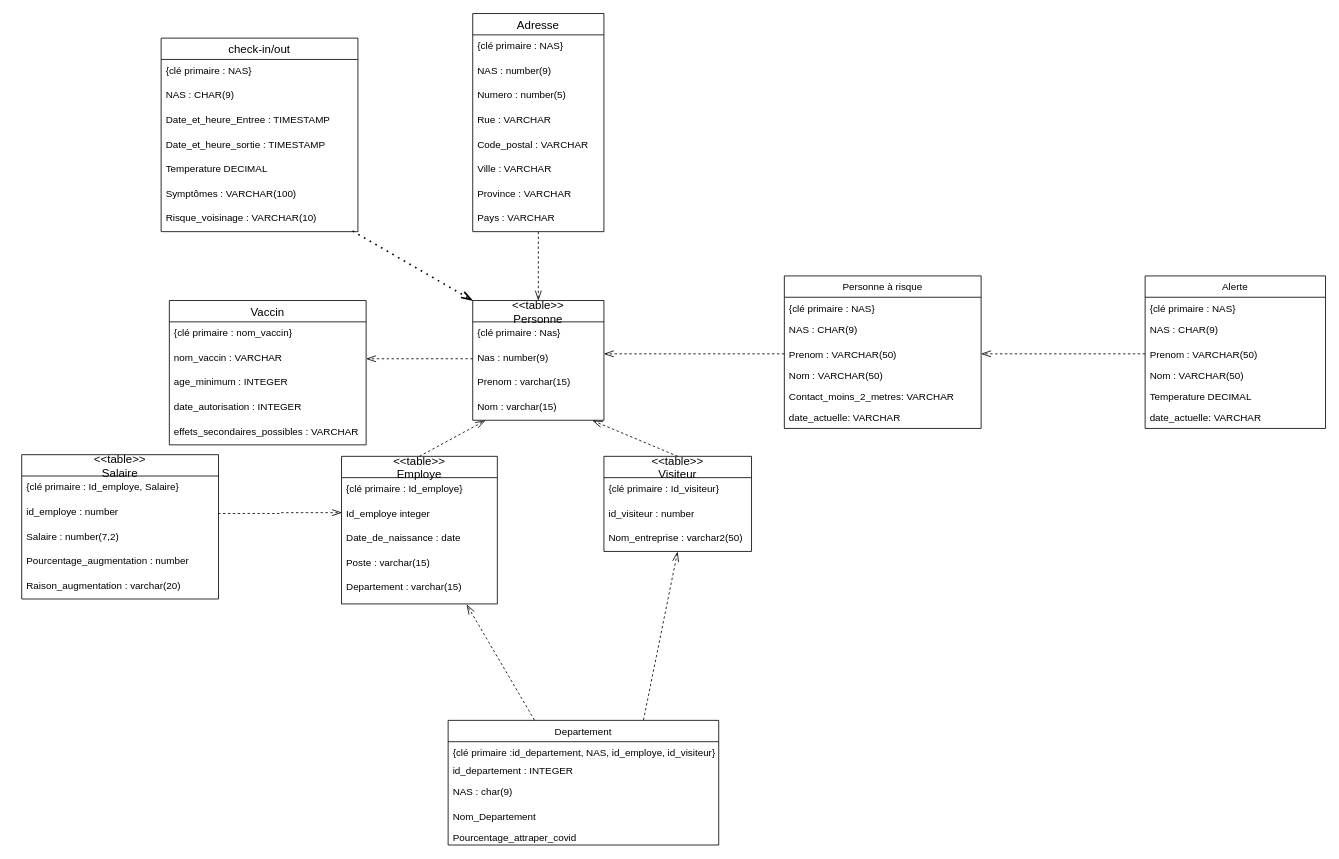
Before: DRAWIO/schema relationnel.drawio in Carl-Montpetit/database-sql, a draw.io diagram. Source tidied: cells renumbered, new cells numbered last; positions are measured from the earlier drawing's top-left corner, leaving out a move shared by most shapes. Both pictures are drawn from the tidied source at 82%, with x=0, y=0 at pixel (21, 13).
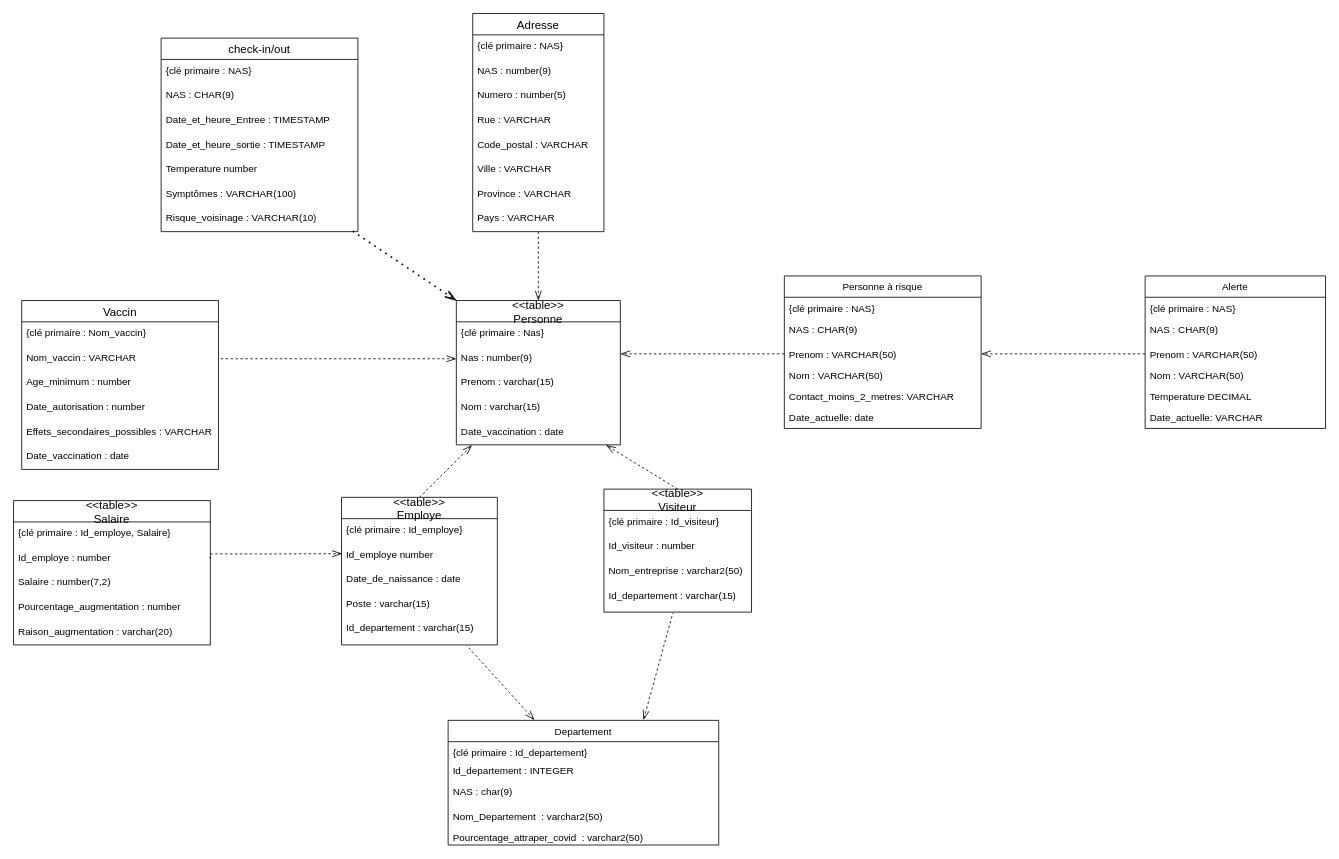
After the change.

Unchanged cells that the change refers to:
```xml
<mxCell id="2" value="Personne à risque" style="swimlane;fontStyle=0;horizontal=1;startSize=26;" parent="1" vertex="1">
  <mxGeometry x="930" y="320" width="240" height="186" as="geometry" />
</mxCell>
<mxCell id="23" value="Nom_entreprise : varchar2(50)" style="text;strokeColor=none;fillColor=none;spacingLeft=4;spacingRight=4;overflow=hidden;points=[[0,0.5],[1,0.5]];portConstraint=eastwest;fontSize=12;" parent="20" vertex="1">
  <mxGeometry y="86" width="180" height="30" as="geometry" />
</mxCell>
<mxCell id="24" value="Departement" style="swimlane;fontStyle=0;horizontal=1;startSize=26;" parent="1" vertex="1">
  <mxGeometry x="520" y="862" width="330" height="152" as="geometry" />
</mxCell>
<mxCell id="30" value="Alerte" style="swimlane;fontStyle=0;horizontal=1;startSize=26;strokeWidth=1;" parent="1" vertex="1">
  <mxGeometry x="1370" y="320" width="220" height="186" as="geometry" />
</mxCell>
<mxCell id="68" value="check-in/out" style="swimlane;fontStyle=0;horizontal=1;startSize=26;align=center;fontSize=14;labelBackgroundColor=#FFFFFF;" parent="1" vertex="1">
  <mxGeometry x="170" y="30" width="240" height="236" as="geometry" />
</mxCell>
```

What changed in the source:
```diff
@@
-    <mxCell id="8" value="date_actuelle: VARCHAR " style="text;strokeColor=none;fillColor=none;align=left;verticalAlign=top;spacingLeft=4;spacingRight=4;overflow=hidden;" parent="2" vertex="1">
+    <mxCell id="8" value="Date_actuelle: date" style="text;strokeColor=none;fillColor=none;align=left;verticalAlign=top;spacingLeft=4;spacingRight=4;overflow=hidden;" parent="2" vertex="1">
       <mxGeometry y="160" width="240" height="26" as="geometry" />
     </mxCell>
     <mxCell id="9" value="&lt;&lt;table&gt;&gt;&#10;Personne" style="swimlane;fontStyle=0;horizontal=1;startSize=26;align=center;fontSize=14;labelBackgroundColor=none;swimlaneLine=1;glass=0;shadow=0;" parent="1" vertex="1">
-      <mxGeometry x="550" y="350" width="160" height="146" as="geometry" />
+      <mxGeometry x="530" y="350" width="200" height="176" as="geometry" />
     </mxCell>
     <mxCell id="10" value="{clé primaire : Nas}" style="text;strokeColor=none;fillColor=none;spacingLeft=4;spacingRight=4;overflow=hidden;fontSize=12;fontStyle=0;" parent="9" vertex="1">
-      <mxGeometry y="26" width="160" height="30" as="geometry" />
+      <mxGeometry y="26" width="200" height="30" as="geometry" />
     </mxCell>
     <mxCell id="11" value="Nas : number(9)" style="text;strokeColor=none;fillColor=none;spacingLeft=4;spacingRight=4;overflow=hidden;points=[[0,0.5],[1,0.5]];portConstraint=eastwest;fontSize=12;fontStyle=0;" parent="9" vertex="1">
-      <mxGeometry y="56" width="160" height="30" as="geometry" />
+      <mxGeometry y="56" width="200" height="30" as="geometry" />
     </mxCell>
     <mxCell id="12" value="Prenom : varchar(15)" style="text;strokeColor=none;fillColor=none;spacingLeft=4;spacingRight=4;overflow=hidden;fontSize=12;" parent="9" vertex="1">
-      <mxGeometry y="86" width="160" height="30" as="geometry" />
+      <mxGeometry y="86" width="200" height="30" as="geometry" />
     </mxCell>
+    <mxCell id="77" value="Nom : varchar(15)" style="text;strokeColor=none;fillColor=none;spacingLeft=4;spacingRight=4;overflow=hidden;fontSize=12;" parent="9" vertex="1">
+      <mxGeometry y="116" width="200" height="30" as="geometry" />
+    </mxCell>
-    <mxCell id="13" value="Nom : varchar(15)" style="text;strokeColor=none;fillColor=none;spacingLeft=4;spacingRight=4;overflow=hidden;points=[[0,0.5],[1,0.5]];portConstraint=eastwest;fontSize=12;" parent="9" vertex="1">
-      <mxGeometry y="116" width="160" height="30" as="geometry" />
+    <mxCell id="13" value="Date_vaccination : date" style="text;strokeColor=none;fillColor=none;spacingLeft=4;spacingRight=4;overflow=hidden;points=[[0,0.5],[1,0.5]];portConstraint=eastwest;fontSize=12;" parent="9" vertex="1">
+      <mxGeometry y="146" width="200" height="30" as="geometry" />
     </mxCell>
     <mxCell id="14" value="&lt;&lt;table&gt;&gt;&#10;Employe" style="swimlane;fontStyle=0;horizontal=1;startSize=26;align=center;fontSize=14;labelBackgroundColor=none;" parent="1" vertex="1">
-      <mxGeometry x="390" y="540" width="190" height="180" as="geometry" />
+      <mxGeometry x="390" y="590" width="190" height="180" as="geometry" />
     </mxCell>
@@
-    <mxCell id="16" value="Id_employe integer" style="text;strokeColor=none;fillColor=none;spacingLeft=4;spacingRight=4;overflow=hidden;points=[[0,0.5],[1,0.5]];portConstraint=eastwest;fontSize=12;" parent="14" vertex="1">
+    <mxCell id="16" value="Id_employe number" style="text;strokeColor=none;fillColor=none;spacingLeft=4;spacingRight=4;overflow=hidden;points=[[0,0.5],[1,0.5]];portConstraint=eastwest;fontSize=12;" parent="14" vertex="1">
       <mxGeometry y="56" width="190" height="30" as="geometry" />
     </mxCell>
@@
-    <mxCell id="19" value="Departement : varchar(15)" style="text;strokeColor=none;fillColor=none;spacingLeft=4;spacingRight=4;overflow=hidden;points=[[0,0.5],[1,0.5]];portConstraint=eastwest;fontSize=12;" parent="14" vertex="1">
+    <mxCell id="19" value="Id_departement : varchar(15)" style="text;strokeColor=none;fillColor=none;spacingLeft=4;spacingRight=4;overflow=hidden;points=[[0,0.5],[1,0.5]];portConstraint=eastwest;fontSize=12;" parent="14" vertex="1">
       <mxGeometry y="146" width="190" height="34" as="geometry" />
     </mxCell>
     <mxCell id="20" value="&lt;&lt;table&gt;&gt;&#10;Visiteur" style="swimlane;fontStyle=0;horizontal=1;startSize=26;align=center;fontSize=14;labelBackgroundColor=none;" parent="1" vertex="1">
-      <mxGeometry x="710" y="540" width="180" height="116" as="geometry" />
+      <mxGeometry x="710" y="580" width="180" height="150" as="geometry" />
     </mxCell>
@@
-    <mxCell id="22" value="id_visiteur : number" style="text;strokeColor=none;fillColor=none;spacingLeft=4;spacingRight=4;overflow=hidden;fontSize=12;" parent="20" vertex="1">
+    <mxCell id="22" value="Id_visiteur : number" style="text;strokeColor=none;fillColor=none;spacingLeft=4;spacingRight=4;overflow=hidden;fontSize=12;" parent="20" vertex="1">
       <mxGeometry y="56" width="180" height="30" as="geometry" />
     </mxCell>
@@
+    <mxCell id="78" value="Id_departement : varchar(15)" style="text;strokeColor=none;fillColor=none;spacingLeft=4;spacingRight=4;overflow=hidden;points=[[0,0.5],[1,0.5]];portConstraint=eastwest;fontSize=12;" parent="20" vertex="1">
+      <mxGeometry y="116" width="180" height="34" as="geometry" />
+    </mxCell>
@@
-    <mxCell id="25" value="{clé primaire :id_departement, NAS, id_employe, id_visiteur}" style="text;strokeColor=none;fillColor=none;align=left;verticalAlign=top;spacingLeft=4;spacingRight=4;overflow=hidden;" parent="24" vertex="1">
+    <mxCell id="25" value="{clé primaire : Id_departement}" style="text;strokeColor=none;fillColor=none;align=left;verticalAlign=top;spacingLeft=4;spacingRight=4;overflow=hidden;" parent="24" vertex="1">
       <mxGeometry y="26" width="330" height="22" as="geometry" />
     </mxCell>
-    <mxCell id="26" value="id_departement : INTEGER" style="text;strokeColor=none;fillColor=none;align=left;verticalAlign=top;spacingLeft=4;spacingRight=4;overflow=hidden;fontStyle=0;" parent="24" vertex="1">
+    <mxCell id="26" value="Id_departement : INTEGER" style="text;strokeColor=none;fillColor=none;align=left;verticalAlign=top;spacingLeft=4;spacingRight=4;overflow=hidden;fontStyle=0;" parent="24" vertex="1">
       <mxGeometry y="48" width="330" height="26" as="geometry" />
     </mxCell>
@@
-    <mxCell id="28" value="Nom_Departement" style="text;strokeColor=none;fillColor=none;align=left;verticalAlign=top;spacingLeft=4;spacingRight=4;overflow=hidden;" parent="24" vertex="1">
+    <mxCell id="28" value="Nom_Departement  : varchar2(50)" style="text;strokeColor=none;fillColor=none;align=left;verticalAlign=top;spacingLeft=4;spacingRight=4;overflow=hidden;" parent="24" vertex="1">
       <mxGeometry y="104" width="330" height="26" as="geometry" />
     </mxCell>
-    <mxCell id="29" value="Pourcentage_attraper_covid" style="text;strokeColor=none;fillColor=none;align=left;verticalAlign=top;spacingLeft=4;spacingRight=4;overflow=hidden;" parent="24" vertex="1">
+    <mxCell id="29" value="Pourcentage_attraper_covid  : varchar2(50)" style="text;strokeColor=none;fillColor=none;align=left;verticalAlign=top;spacingLeft=4;spacingRight=4;overflow=hidden;" parent="24" vertex="1">
       <mxGeometry y="130" width="330" height="22" as="geometry" />
     </mxCell>
@@
-    <mxCell id="36" value="date_actuelle: VARCHAR" style="text;strokeColor=none;fillColor=none;align=left;verticalAlign=top;spacingLeft=4;spacingRight=4;overflow=hidden;" parent="30" vertex="1">
+    <mxCell id="36" value="Date_actuelle: VARCHAR" style="text;strokeColor=none;fillColor=none;align=left;verticalAlign=top;spacingLeft=4;spacingRight=4;overflow=hidden;" parent="30" vertex="1">
       <mxGeometry y="160" width="220" height="26" as="geometry" />
     </mxCell>
     <mxCell id="37" value="Vaccin" style="swimlane;fontStyle=0;horizontal=1;startSize=26;align=center;fontSize=14;labelBackgroundColor=none;" parent="1" vertex="1">
-      <mxGeometry x="180" y="350" width="240" height="176" as="geometry" />
+      <mxGeometry y="350" width="240" height="206" as="geometry" />
     </mxCell>
-    <mxCell id="38" value="{clé primaire : nom_vaccin}" style="text;strokeColor=none;fillColor=none;spacingLeft=4;spacingRight=4;overflow=hidden;fontSize=12;fontStyle=0;" parent="37" vertex="1">
+    <mxCell id="38" value="{clé primaire : Nom_vaccin}" style="text;strokeColor=none;fillColor=none;spacingLeft=4;spacingRight=4;overflow=hidden;fontSize=12;fontStyle=0;" parent="37" vertex="1">
       <mxGeometry y="26" width="240" height="30" as="geometry" />
     </mxCell>
-    <mxCell id="39" value="nom_vaccin : VARCHAR" style="text;strokeColor=none;fillColor=none;spacingLeft=4;spacingRight=4;overflow=hidden;points=[[0,0.5],[1,0.5]];portConstraint=eastwest;fontSize=12;fontStyle=0;" parent="37" vertex="1">
+    <mxCell id="39" value="Nom_vaccin : VARCHAR" style="text;strokeColor=none;fillColor=none;spacingLeft=4;spacingRight=4;overflow=hidden;points=[[0,0.5],[1,0.5]];portConstraint=eastwest;fontSize=12;fontStyle=0;" parent="37" vertex="1">
       <mxGeometry y="56" width="240" height="30" as="geometry" />
     </mxCell>
-    <mxCell id="40" value="age_minimum : INTEGER" style="text;strokeColor=none;fillColor=none;spacingLeft=4;spacingRight=4;overflow=hidden;fontSize=12;" parent="37" vertex="1">
+    <mxCell id="40" value="Age_minimum : number" style="text;strokeColor=none;fillColor=none;spacingLeft=4;spacingRight=4;overflow=hidden;fontSize=12;" parent="37" vertex="1">
       <mxGeometry y="86" width="240" height="30" as="geometry" />
     </mxCell>
-    <mxCell id="41" value="date_autorisation : INTEGER" style="text;strokeColor=none;fillColor=none;spacingLeft=4;spacingRight=4;overflow=hidden;fontSize=12;" parent="37" vertex="1">
+    <mxCell id="41" value="Date_autorisation : number" style="text;strokeColor=none;fillColor=none;spacingLeft=4;spacingRight=4;overflow=hidden;fontSize=12;" parent="37" vertex="1">
       <mxGeometry y="116" width="240" height="30" as="geometry" />
     </mxCell>
-    <mxCell id="42" value="effets_secondaires_possibles : VARCHAR" style="text;strokeColor=none;fillColor=none;spacingLeft=4;spacingRight=4;overflow=hidden;fontSize=12;" parent="37" vertex="1">
+    <mxCell id="42" value="Effets_secondaires_possibles : VARCHAR" style="text;strokeColor=none;fillColor=none;spacingLeft=4;spacingRight=4;overflow=hidden;fontSize=12;" parent="37" vertex="1">
       <mxGeometry y="146" width="240" height="30" as="geometry" />
     </mxCell>
+    <mxCell id="79" value="Date_vaccination : date" style="text;strokeColor=none;fillColor=none;spacingLeft=4;spacingRight=4;overflow=hidden;fontSize=12;" parent="37" vertex="1">
+      <mxGeometry y="176" width="240" height="30" as="geometry" />
+    </mxCell>
     <mxCell id="43" value="&lt;&lt;table&gt;&gt;&#10;Salaire" style="swimlane;fontStyle=0;horizontal=1;startSize=26;align=center;fontSize=14;strokeWidth=1;" parent="1" vertex="1">
-      <mxGeometry y="538" width="240" height="176" as="geometry" />
+      <mxGeometry x="-10" y="594" width="240" height="176" as="geometry" />
     </mxCell>
@@
-    <mxCell id="45" value="id_employe : number" style="text;strokeColor=none;fillColor=none;spacingLeft=4;spacingRight=4;overflow=hidden;points=[[0,0.5],[1,0.5]];portConstraint=eastwest;fontSize=12;fontStyle=0;" parent="43" vertex="1">
+    <mxCell id="45" value="Id_employe : number" style="text;strokeColor=none;fillColor=none;spacingLeft=4;spacingRight=4;overflow=hidden;points=[[0,0.5],[1,0.5]];portConstraint=eastwest;fontSize=12;fontStyle=0;" parent="43" vertex="1">
       <mxGeometry y="56" width="240" height="30" as="geometry" />
     </mxCell>
@@
-    <mxCell id="62" style="edgeStyle=orthogonalEdgeStyle;rounded=0;jumpSize=17;jettySize=auto;html=1;exitX=1;exitY=0.5;exitDx=0;exitDy=0;entryX=0.003;entryY=0.423;entryDx=0;entryDy=0;dashed=1;startArrow=none;startFill=0;endArrow=openThin;endFill=0;endSize=10;targetPerimeterSpacing=0;entryPerimeter=0;" parent="1" edge="1" target="16">
+    <mxCell id="62" style="edgeStyle=orthogonalEdgeStyle;rounded=0;jumpSize=17;jettySize=auto;html=1;exitX=1;exitY=0.5;exitDx=0;exitDy=0;entryX=0.003;entryY=0.423;entryDx=0;entryDy=0;dashed=1;startArrow=none;startFill=0;endArrow=openThin;endFill=0;endSize=10;targetPerimeterSpacing=0;entryPerimeter=0;" parent="1" edge="1" source="45" target="16">
       <mxGeometry relative="1" as="geometry">
-        <mxPoint x="239.4" y="609.7" as="sourcePoint" />
         <Array as="points">
-          <mxPoint x="314" y="610" />
+          <mxPoint x="230" y="659" />
+          <mxPoint x="314" y="659" />
         </Array>
       </mxGeometry>
     </mxCell>
@@
-    <mxCell id="65" style="edgeStyle=orthogonalEdgeStyle;rounded=0;jumpSize=17;jettySize=auto;html=1;exitX=0;exitY=0.5;exitDx=0;exitDy=0;entryX=1;entryY=0.5;entryDx=0;entryDy=0;dashed=1;fontColor=#000000;startArrow=none;startFill=0;endArrow=openThin;endFill=0;endSize=10;targetPerimeterSpacing=0;" parent="1" edge="1" source="11" target="39">
+    <mxCell id="65" style="edgeStyle=orthogonalEdgeStyle;rounded=0;jumpSize=17;jettySize=auto;html=1;exitX=0;exitY=0.5;exitDx=0;exitDy=0;entryX=1;entryY=0.5;entryDx=0;entryDy=0;dashed=1;fontColor=#000000;startArrow=openThin;startFill=0;endArrow=none;endFill=0;endSize=10;targetPerimeterSpacing=0;startSize=10;" parent="1" edge="1" source="11" target="39">
       <mxGeometry relative="1" as="geometry" />
     </mxCell>
-    <mxCell id="66" style="endArrow=openThin;html=1;entryX=0.803;entryY=1.019;entryDx=0;entryDy=0;entryPerimeter=0;exitX=0.319;exitY=-0.002;exitDx=0;exitDy=0;endFill=0;endSize=10;dashed=1;exitPerimeter=0;" parent="1" edge="1" source="24" target="19">
+    <mxCell id="66" style="endArrow=none;html=1;entryX=0.803;entryY=1.019;entryDx=0;entryDy=0;entryPerimeter=0;exitX=0.319;exitY=-0.002;exitDx=0;exitDy=0;endFill=0;endSize=10;dashed=1;exitPerimeter=0;startArrow=openThin;startFill=0;startSize=10;" parent="1" edge="1" source="24" target="19">
       <mxGeometry relative="1" as="geometry" />
     </mxCell>
-    <mxCell id="67" style="endArrow=openThin;html=1;endFill=0;endSize=10;dashed=1;exitX=0.722;exitY=-0.003;exitDx=0;exitDy=0;exitPerimeter=0;entryX=0.499;entryY=1.01;entryDx=0;entryDy=0;entryPerimeter=0;" parent="1" edge="1" source="24" target="23">
+    <mxCell id="67" style="endArrow=none;html=1;endFill=0;endSize=10;dashed=1;exitX=0.722;exitY=-0.003;exitDx=0;exitDy=0;exitPerimeter=0;entryX=0.467;entryY=1.029;entryDx=0;entryDy=0;entryPerimeter=0;startArrow=openThin;startFill=0;startSize=10;" parent="1" edge="1" source="24" target="78">
       <mxGeometry relative="1" as="geometry" />
     </mxCell>
@@
-    <mxCell id="73" value="Temperature DECIMAL" style="text;strokeColor=none;fillColor=none;spacingLeft=4;spacingRight=4;overflow=hidden;fontSize=12;" parent="68" vertex="1">
+    <mxCell id="73" value="Temperature number" style="text;strokeColor=none;fillColor=none;spacingLeft=4;spacingRight=4;overflow=hidden;fontSize=12;" parent="68" vertex="1">
       <mxGeometry y="146" width="240" height="30" as="geometry" />
     </mxCell>
```
